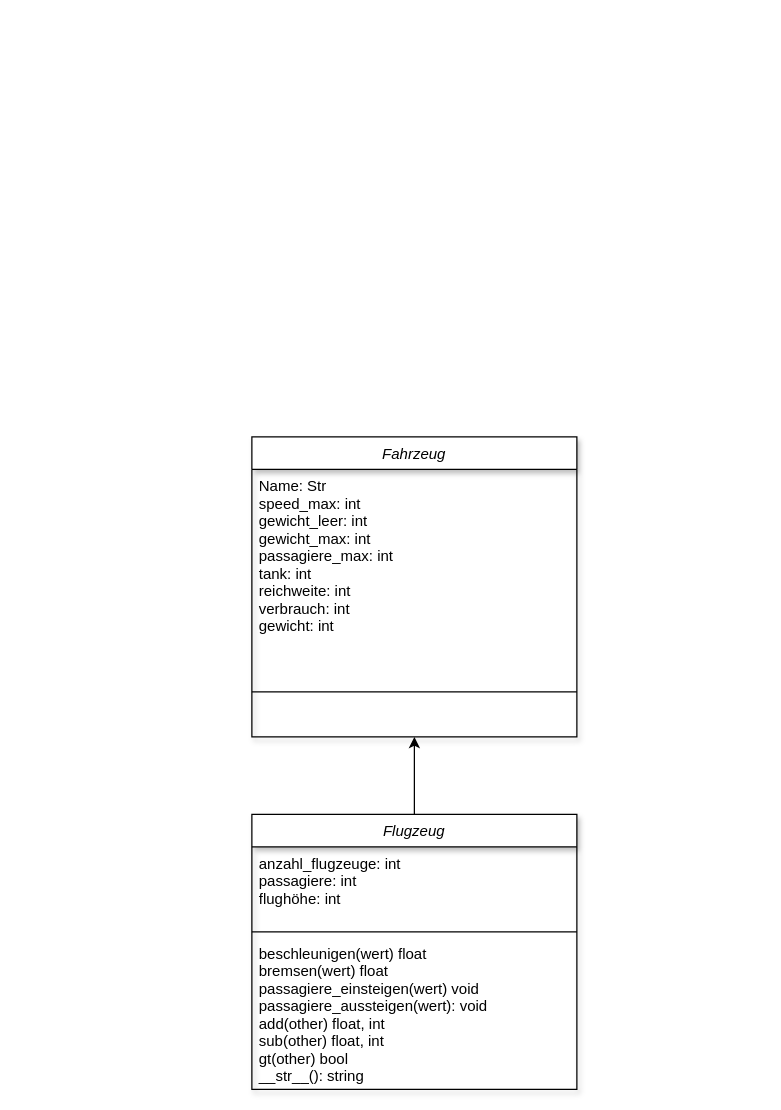
The draw.io diagram page "Flugzeug" (1 of 2) of Klassendiagramm.drawio in sstreichan/ProjektFlugzeug, before the edit. Source tidied: cells renumbered, new cells numbered last; positions are measured from the earlier drawing's top-left corner, leaving out a move shared by most shapes. Both pictures are drawn from the tidied source at 125%, with x=0, y=0 at pixel (251, 436).
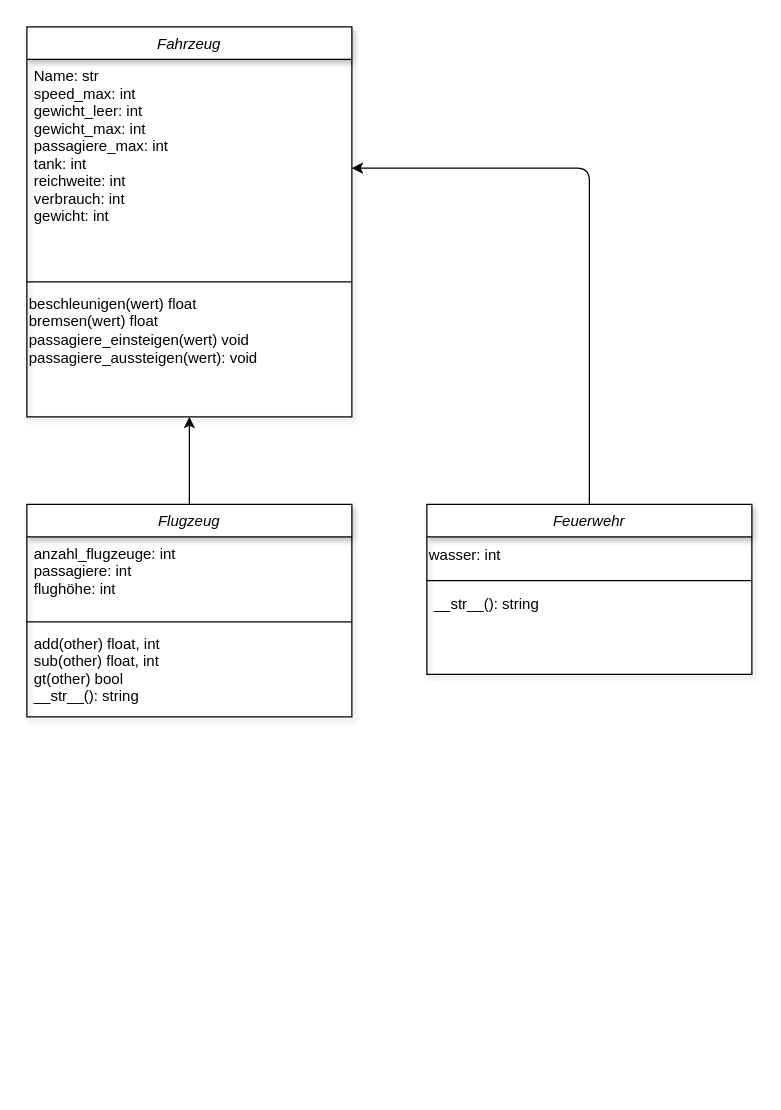
The same page after the edit.

The edit, as a diff of the source:
```diff
@@
 <mxGraphModel>
   <root>
     <mxCell id="0" />
     <mxCell id="1" parent="0" />
     <mxCell id="2" style="edgeStyle=none;html=1;entryX=0.5;entryY=1;entryDx=0;entryDy=0;" parent="1" edge="1" source="3" target="7">
       <mxGeometry relative="1" as="geometry" />
     </mxCell>
     <mxCell id="3" value="Flugzeug" style="swimlane;fontStyle=2;align=center;verticalAlign=top;horizontal=1;startSize=26;rounded=0;shadow=1;strokeWidth=1;" parent="1" vertex="1">
-      <mxGeometry y="302" width="260" height="220" as="geometry" />
+      <mxGeometry x="-180" y="54" width="260" height="170" as="geometry" />
     </mxCell>
     <mxCell id="4" value="anzahl_flugzeuge: int&#10;passagiere: int&#10;flughöhe: int&#10;" style="text;align=left;verticalAlign=top;spacingLeft=4;spacingRight=4;overflow=hidden;rounded=0;shadow=0;html=0;" parent="3" vertex="1">
       <mxGeometry y="26" width="260" height="64" as="geometry" />
     </mxCell>
     <mxCell id="5" style="line;html=1;strokeWidth=1;align=left;verticalAlign=middle;spacingTop=-1;spacingLeft=3;spacingRight=3;labelPosition=right;" parent="3" vertex="1">
       <mxGeometry y="90" width="260" height="8" as="geometry" />
     </mxCell>
-    <mxCell id="6" value="beschleunigen(wert) float&#10;bremsen(wert) float&#10;passagiere_einsteigen(wert) void&#10;passagiere_aussteigen(wert): void&#10;add(other) float, int&#10;sub(other) float, int&#10;gt(other) bool&#10;__str__(): string&#10;" style="text;align=left;verticalAlign=top;spacingLeft=4;spacingRight=4;overflow=hidden;" parent="3" vertex="1">
-      <mxGeometry y="98" width="260" height="122" as="geometry" />
+    <mxCell id="6" value="add(other) float, int&#10;sub(other) float, int&#10;gt(other) bool&#10;__str__(): string&#10;" style="text;align=left;verticalAlign=top;spacingLeft=4;spacingRight=4;overflow=hidden;" parent="3" vertex="1">
+      <mxGeometry y="98" width="260" height="72" as="geometry" />
     </mxCell>
     <mxCell id="7" value="Fahrzeug" style="swimlane;fontStyle=2;align=center;verticalAlign=top;horizontal=1;startSize=26;rounded=0;shadow=1;strokeWidth=1;" parent="1" vertex="1">
-      <mxGeometry width="260" height="240" as="geometry" />
+      <mxGeometry x="-180" y="-328" width="260" height="312" as="geometry" />
     </mxCell>
-    <mxCell id="8" value="Name: Str&#10;speed_max: int&#10;gewicht_leer: int&#10;gewicht_max: int&#10;passagiere_max: int&#10;tank: int&#10;reichweite: int&#10;verbrauch: int&#10;gewicht: int" style="text;align=left;verticalAlign=top;spacingLeft=4;spacingRight=4;overflow=hidden;points=[[0,0.5],[1,0.5]];portConstraint=eastwest;rounded=0;shadow=0;html=0;" parent="7" vertex="1">
+    <mxCell id="8" value="Name: str&#10;speed_max: int&#10;gewicht_leer: int&#10;gewicht_max: int&#10;passagiere_max: int&#10;tank: int&#10;reichweite: int&#10;verbrauch: int&#10;gewicht: int" style="text;align=left;verticalAlign=top;spacingLeft=4;spacingRight=4;overflow=hidden;points=[[0,0.5],[1,0.5]];portConstraint=eastwest;rounded=0;shadow=0;html=0;" parent="7" vertex="1">
       <mxGeometry y="26" width="260" height="174" as="geometry" />
     </mxCell>
     <mxCell id="9" style="line;html=1;strokeWidth=1;align=left;verticalAlign=middle;spacingTop=-1;spacingLeft=3;spacingRight=3;labelPosition=right;" parent="7" vertex="1">
       <mxGeometry y="200" width="260" height="8" as="geometry" />
     </mxCell>
+    <mxCell id="10" value="&lt;span style=&quot;&quot;&gt;beschleunigen(wert) float&lt;/span&gt;&lt;br style=&quot;padding: 0px; margin: 0px;&quot;&gt;&lt;span style=&quot;&quot;&gt;bremsen(wert) float&lt;/span&gt;&lt;br style=&quot;padding: 0px; margin: 0px;&quot;&gt;&lt;span style=&quot;&quot;&gt;passagiere_einsteigen(wert) void&lt;/span&gt;&lt;br style=&quot;padding: 0px; margin: 0px;&quot;&gt;&lt;span style=&quot;&quot;&gt;passagiere_aussteigen(wert): void&lt;/span&gt;" style="text;html=1;align=left;verticalAlign=middle;strokeColor=none;fillColor=none;" parent="7" vertex="1">
+      <mxGeometry y="208" width="260" height="70" as="geometry" />
+    </mxCell>
+    <mxCell id="11" style="edgeStyle=none;html=1;" parent="1" edge="1" source="12" target="8">
+      <mxGeometry relative="1" as="geometry">
+        <Array as="points">
+          <mxPoint x="270" y="-215" />
+        </Array>
+      </mxGeometry>
+    </mxCell>
+    <mxCell id="12" value="Feuerwehr" style="swimlane;fontStyle=2;align=center;verticalAlign=top;horizontal=1;startSize=26;rounded=0;shadow=1;strokeWidth=1;" parent="1" vertex="1">
+      <mxGeometry x="140" y="54" width="260" height="136" as="geometry" />
+    </mxCell>
+    <mxCell id="13" value="wasser: int&lt;br&gt;" style="text;html=1;align=left;verticalAlign=middle;strokeColor=none;fillColor=none;" parent="12" vertex="1">
+      <mxGeometry y="26" width="260" height="30" as="geometry" />
+    </mxCell>
+    <mxCell id="14" style="line;html=1;strokeWidth=1;align=left;verticalAlign=middle;spacingTop=-1;spacingLeft=3;spacingRight=3;labelPosition=right;" parent="12" vertex="1">
+      <mxGeometry y="56" width="260" height="10" as="geometry" />
+    </mxCell>
+    <mxCell id="15" value="__str__(): string&#10;" style="text;align=left;verticalAlign=top;spacingLeft=4;spacingRight=4;overflow=hidden;" parent="12" vertex="1">
+      <mxGeometry y="66" width="260" height="70" as="geometry" />
+    </mxCell>
   </root>
 </mxGraphModel>
```
